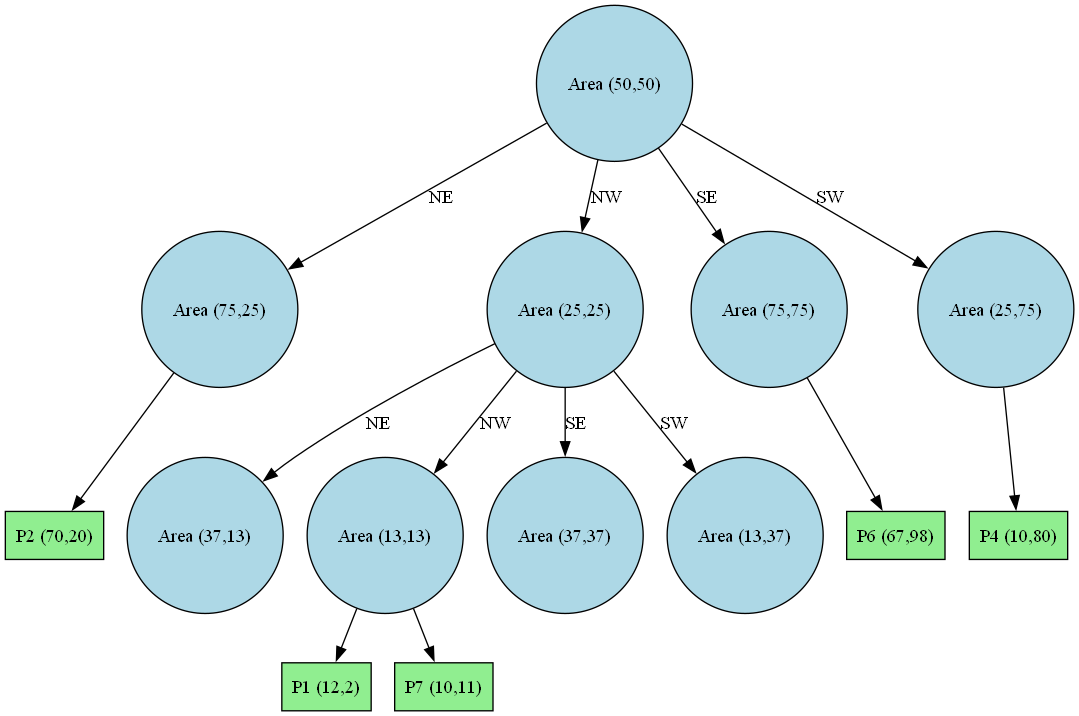
Earlier version of the Graphviz export quadtree_proyect_2.png (ParasyteGS/Proyecto-Final-Algoritmos). Its source is kept beside it as quadtree_proyect_2.dot.
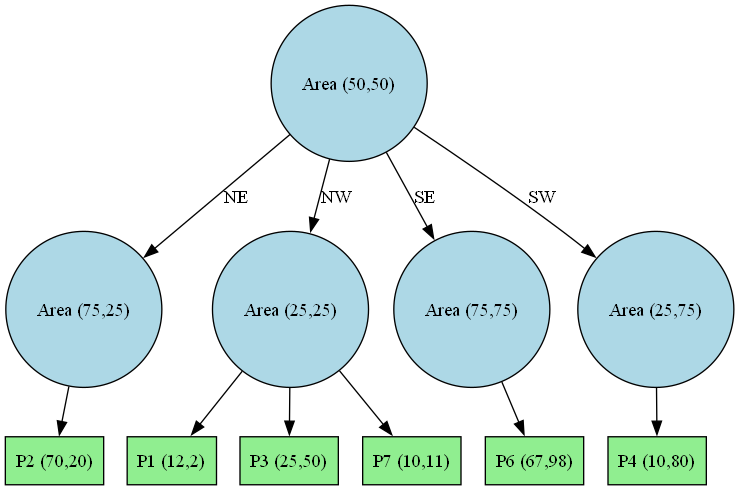
The same diagram one commit later.

What changed in the source:
```diff
@@ -1,27 +1,21 @@
 digraph QuadTree {
 node0 [label="Area (50,50)", shape=circle, style=filled, fillcolor=lightblue];
 node1 [label="Area (75,25)", shape=circle, style=filled, fillcolor=lightblue];
-node15 [label="P2 (70,20)", shape=box, style=filled, fillcolor=lightgreen];
-node1 -> node15;
+node12 [label="P2 (70,20)", shape=box, style=filled, fillcolor=lightgreen];
+node1 -> node12;
 node2 [label="Area (25,25)", shape=circle, style=filled, fillcolor=lightblue];
-node5 [label="Area (37,13)", shape=circle, style=filled, fillcolor=lightblue];
-node6 [label="Area (13,13)", shape=circle, style=filled, fillcolor=lightblue];
-node16 [label="P1 (12,2)", shape=box, style=filled, fillcolor=lightgreen];
-node6 -> node16;
-node17 [label="P7 (10,11)", shape=box, style=filled, fillcolor=lightgreen];
-node6 -> node17;
-node7 [label="Area (37,37)", shape=circle, style=filled, fillcolor=lightblue];
-node8 [label="Area (13,37)", shape=circle, style=filled, fillcolor=lightblue];
-node2 -> node5 [label="NE"];
-node2 -> node6 [label="NW"];
-node2 -> node7 [label="SE"];
-node2 -> node8 [label="SW"];
+node13 [label="P1 (12,2)", shape=box, style=filled, fillcolor=lightgreen];
+node2 -> node13;
+node14 [label="P3 (25,50)", shape=box, style=filled, fillcolor=lightgreen];
+node2 -> node14;
+node15 [label="P7 (10,11)", shape=box, style=filled, fillcolor=lightgreen];
+node2 -> node15;
 node3 [label="Area (75,75)", shape=circle, style=filled, fillcolor=lightblue];
-node18 [label="P6 (67,98)", shape=box, style=filled, fillcolor=lightgreen];
-node3 -> node18;
+node16 [label="P6 (67,98)", shape=box, style=filled, fillcolor=lightgreen];
+node3 -> node16;
 node4 [label="Area (25,75)", shape=circle, style=filled, fillcolor=lightblue];
-node19 [label="P4 (10,80)", shape=box, style=filled, fillcolor=lightgreen];
-node4 -> node19;
+node17 [label="P4 (10,80)", shape=box, style=filled, fillcolor=lightgreen];
+node4 -> node17;
 node0 -> node1 [label="NE"];
 node0 -> node2 [label="NW"];
 node0 -> node3 [label="SE"];
```
